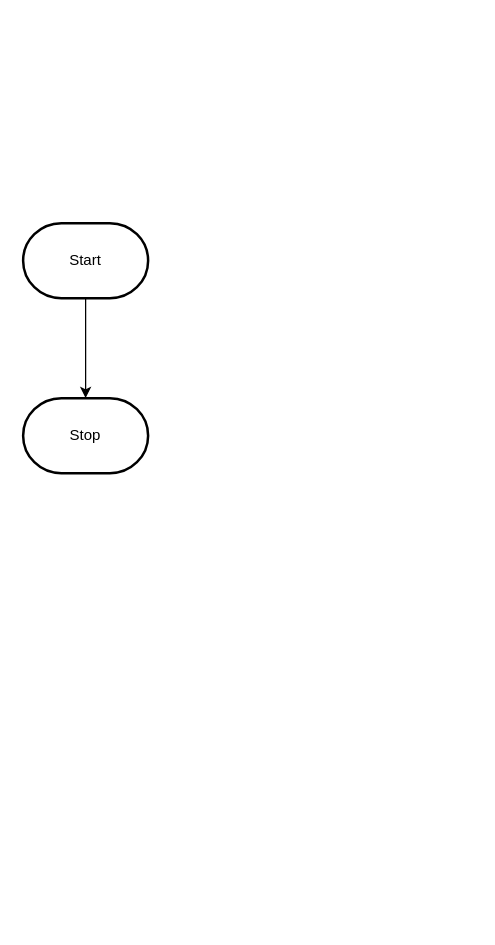
MTHS-ICS2O-2-2022/ICS2O-Unit-5-01-Colton-Grant keeps this draw.io diagram as design/flowchart.drawio. Above is the earlier version. Source tidied: cells renumbered, new cells numbered last; positions are measured from the earlier drawing's top-left corner, leaving out a move shared by most shapes. Both pictures are drawn from the tidied source at 125%, with x=0, y=0 at pixel (22, 222).
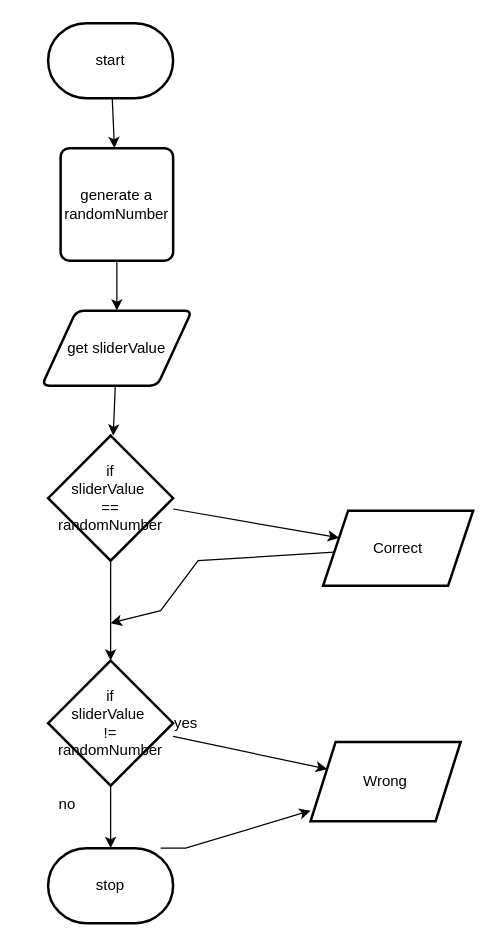
The same page after the edit.

What changed in the source:
```diff
@@
-    <mxCell id="2" style="edgeStyle=orthogonalEdgeStyle;html=1;rounded=0;" parent="1" edge="1" source="3" target="4">
-      <mxGeometry relative="1" as="geometry" />
-    </mxCell>
-    <mxCell id="3" value="Start" style="strokeWidth=2;html=1;shape=mxgraph.flowchart.terminator;whiteSpace=wrap;" parent="1" vertex="1">
-      <mxGeometry width="100" height="60" as="geometry" />
-    </mxCell>
-    <mxCell id="4" value="Stop" style="strokeWidth=2;html=1;shape=mxgraph.flowchart.terminator;whiteSpace=wrap;" parent="1" vertex="1">
-      <mxGeometry y="140" width="100" height="60" as="geometry" />
-    </mxCell>
+    <mxCell id="5" style="edgeStyle=none;html=1;" parent="1" edge="1" source="6" target="8">
+      <mxGeometry relative="1" as="geometry" />
+    </mxCell>
+    <mxCell id="6" value="start" style="strokeWidth=2;html=1;shape=mxgraph.flowchart.terminator;whiteSpace=wrap;" parent="1" vertex="1">
+      <mxGeometry x="20" y="-160" width="100" height="60" as="geometry" />
+    </mxCell>
+    <mxCell id="7" style="edgeStyle=none;html=1;" parent="1" edge="1" source="8" target="10">
+      <mxGeometry relative="1" as="geometry" />
+    </mxCell>
+    <mxCell id="8" value="generate a randomNumber" style="rounded=1;whiteSpace=wrap;html=1;absoluteArcSize=1;arcSize=14;strokeWidth=2;" parent="1" vertex="1">
+      <mxGeometry x="30" y="-60" width="90" height="90" as="geometry" />
+    </mxCell>
+    <mxCell id="9" style="edgeStyle=none;html=1;" parent="1" edge="1" source="10" target="13">
+      <mxGeometry relative="1" as="geometry" />
+    </mxCell>
+    <mxCell id="10" value="get sliderValue" style="shape=parallelogram;html=1;strokeWidth=2;perimeter=parallelogramPerimeter;whiteSpace=wrap;rounded=1;arcSize=12;size=0.23;" parent="1" vertex="1">
+      <mxGeometry x="15" y="70" width="120" height="60" as="geometry" />
+    </mxCell>
+    <mxCell id="11" style="html=1;rounded=0;jumpStyle=gap;" parent="1" edge="1" source="13" target="15">
+      <mxGeometry relative="1" as="geometry" />
+    </mxCell>
+    <mxCell id="12" style="edgeStyle=orthogonalEdgeStyle;rounded=0;jumpStyle=gap;html=1;" parent="1" edge="1" source="13" target="18">
+      <mxGeometry relative="1" as="geometry" />
+    </mxCell>
+    <mxCell id="13" value="if&lt;br&gt;sliderValue&amp;nbsp;&lt;br&gt;==&lt;br&gt;randomNumber" style="strokeWidth=2;html=1;shape=mxgraph.flowchart.decision;whiteSpace=wrap;" parent="1" vertex="1">
+      <mxGeometry x="20" y="170" width="100" height="100" as="geometry" />
+    </mxCell>
+    <mxCell id="14" style="edgeStyle=none;rounded=0;jumpStyle=gap;html=1;" parent="1" edge="1" source="15">
+      <mxGeometry relative="1" as="geometry">
+        <mxPoint x="70" y="320" as="targetPoint" />
+        <Array as="points">
+          <mxPoint x="140" y="270" />
+          <mxPoint x="110" y="310" />
+        </Array>
+      </mxGeometry>
+    </mxCell>
+    <mxCell id="15" value="Correct" style="shape=parallelogram;perimeter=parallelogramPerimeter;whiteSpace=wrap;html=1;fixedSize=1;strokeWidth=2;strokeColor=default;shadow=0;rounded=0;gradientColor=default;fillColor=none;" parent="1" vertex="1">
+      <mxGeometry x="240" y="230" width="120" height="60" as="geometry" />
+    </mxCell>
+    <mxCell id="16" style="edgeStyle=none;rounded=0;jumpStyle=gap;html=1;" parent="1" edge="1" source="18" target="19">
+      <mxGeometry relative="1" as="geometry" />
+    </mxCell>
+    <mxCell id="17" style="edgeStyle=none;rounded=0;jumpStyle=gap;html=1;" parent="1" edge="1" source="18" target="22">
+      <mxGeometry relative="1" as="geometry" />
+    </mxCell>
+    <mxCell id="18" value="if&lt;br&gt;sliderValue&amp;nbsp;&lt;br&gt;!=&lt;br&gt;randomNumber" style="strokeWidth=2;html=1;shape=mxgraph.flowchart.decision;whiteSpace=wrap;" parent="1" vertex="1">
+      <mxGeometry x="20" y="350" width="100" height="100" as="geometry" />
+    </mxCell>
+    <mxCell id="19" value="Wrong" style="shape=parallelogram;perimeter=parallelogramPerimeter;whiteSpace=wrap;html=1;fixedSize=1;strokeWidth=2;" parent="1" vertex="1">
+      <mxGeometry x="230" y="415" width="120" height="63.4" as="geometry" />
+    </mxCell>
+    <mxCell id="20" value="no" style="text;html=1;align=center;verticalAlign=middle;strokeColor=none;fillColor=none;" parent="1" vertex="1">
+      <mxGeometry x="15" y="450" width="40" height="30" as="geometry" />
+    </mxCell>
+    <mxCell id="21" style="edgeStyle=none;rounded=0;jumpStyle=gap;html=1;entryX=0;entryY=0.868;entryDx=0;entryDy=0;entryPerimeter=0;" parent="1" edge="1" target="19">
+      <mxGeometry relative="1" as="geometry">
+        <mxPoint x="110" y="500" as="sourcePoint" />
+        <Array as="points">
+          <mxPoint x="130" y="500" />
+        </Array>
+      </mxGeometry>
+    </mxCell>
+    <mxCell id="22" value="stop" style="strokeWidth=2;html=1;shape=mxgraph.flowchart.terminator;whiteSpace=wrap;rounded=0;shadow=0;sketch=0;strokeColor=default;fillColor=none;gradientColor=default;" parent="1" vertex="1">
+      <mxGeometry x="20" y="500" width="100" height="60" as="geometry" />
+    </mxCell>
+    <mxCell id="23" value="yes" style="text;html=1;align=center;verticalAlign=middle;strokeColor=none;fillColor=none;rounded=0;shadow=0;sketch=0;" parent="1" vertex="1">
+      <mxGeometry x="110" y="385" width="40" height="30" as="geometry" />
+    </mxCell>
```
